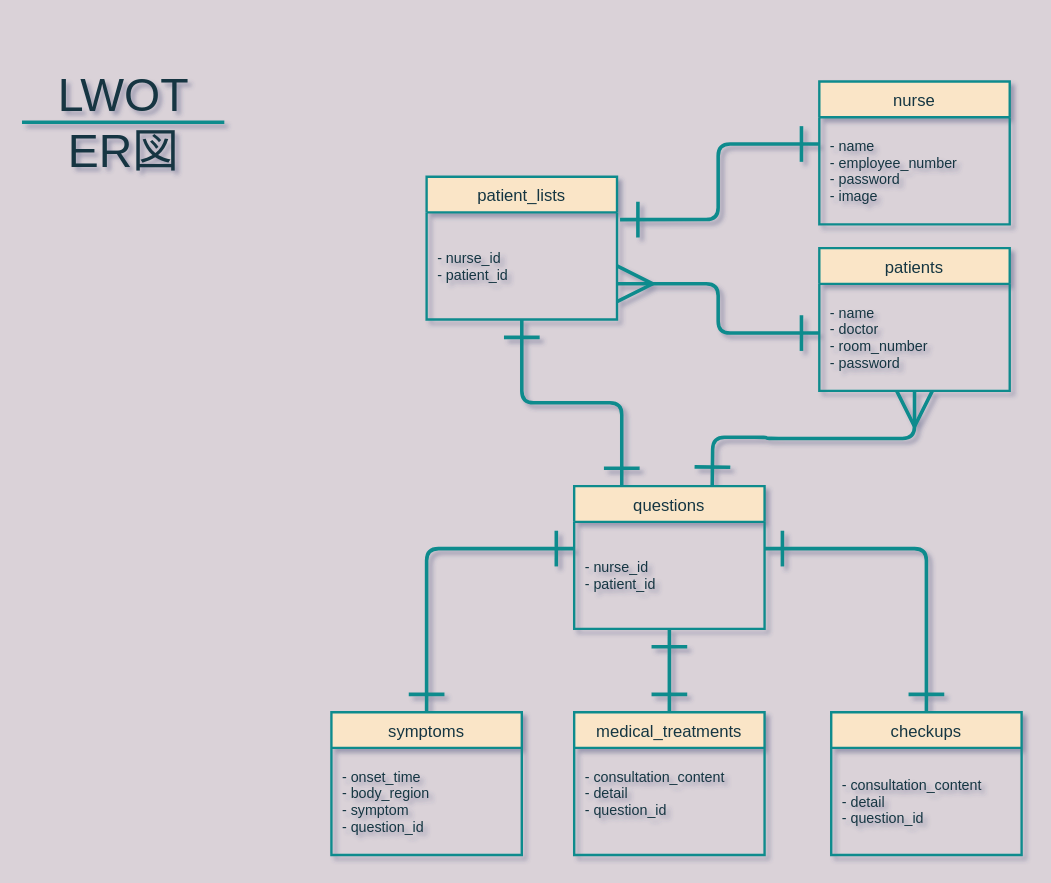
Above: ER図.dio in yukikokisa/LWOT (draw.io), before the change. Source tidied: cells renumbered, new cells numbered last; positions are measured from the earlier drawing's top-left corner, leaving out a move shared by most shapes. Both pictures are drawn from the tidied source at 119%, with x=0, y=0 at pixel (21, 81).
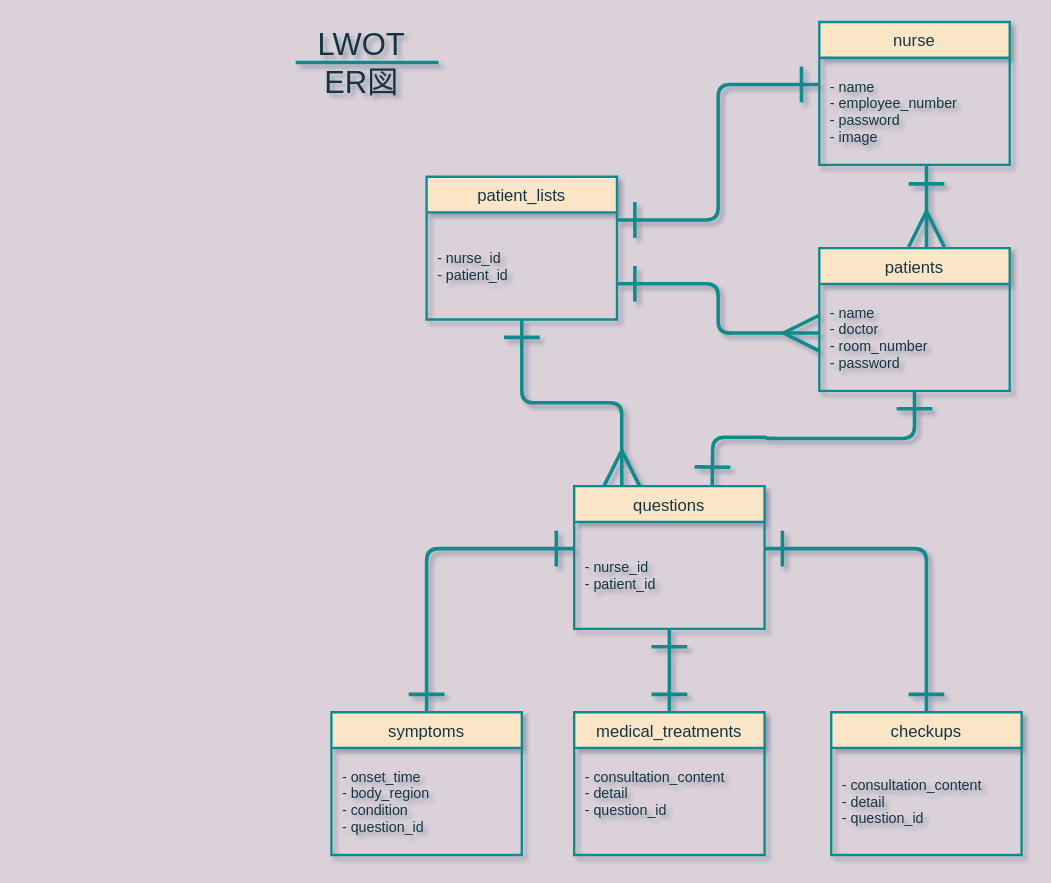
Above is the later version.

Unchanged cells that the change refers to:
```xml
<mxCell id="2" value="patients" style="swimlane;horizontal=1;startSize=30;rounded=0;fontSize=14;fontStyle=0;strokeWidth=2;shadow=0;dashed=0;align=center;fillColor=#FAE5C7;strokeColor=#0F8B8D;fontColor=#143642;" parent="1" vertex="1">
  <mxGeometry x="670" y="140" width="160" height="120" as="geometry" />
</mxCell>
<mxCell id="3" value=" - name&#10; - doctor&#10; - room_number&#10; - password" style="align=left;strokeColor=none;fillColor=none;spacingLeft=4;fontSize=12;verticalAlign=middle;fontColor=#143642;spacingRight=1;" parent="2" vertex="1">
  <mxGeometry y="30" width="160" height="90" as="geometry" />
</mxCell>
<mxCell id="5" value=" - name&#10; - employee_number&#10; - password&#10; - image" style="align=left;strokeColor=none;fillColor=none;spacingLeft=4;fontSize=12;verticalAlign=middle;fontColor=#143642;" parent="4" vertex="1">
  <mxGeometry y="30" width="160" height="90" as="geometry" />
</mxCell>
<mxCell id="8" value="patient_lists" style="swimlane;horizontal=1;startSize=30;rounded=0;fontSize=14;fontStyle=0;strokeWidth=2;shadow=0;dashed=0;align=center;fillColor=#FAE5C7;strokeColor=#0F8B8D;fontColor=#143642;" parent="1" vertex="1">
  <mxGeometry x="340" y="80" width="160" height="120" as="geometry" />
</mxCell>
<mxCell id="9" value=" - nurse_id&#10; - patient_id" style="align=left;strokeColor=none;fillColor=none;spacingLeft=4;fontSize=12;verticalAlign=middle;fontColor=#143642;" parent="8" vertex="1">
  <mxGeometry y="30" width="160" height="90" as="geometry" />
</mxCell>
<mxCell id="11" value="questions" style="swimlane;horizontal=1;startSize=30;rounded=0;fontSize=14;fontStyle=0;strokeWidth=2;shadow=0;dashed=0;align=center;fillColor=#FAE5C7;strokeColor=#0F8B8D;fontColor=#143642;" parent="1" vertex="1">
  <mxGeometry x="464" y="340" width="160" height="120" as="geometry" />
</mxCell>
<mxCell id="20" value="symptoms" style="swimlane;horizontal=1;startSize=30;rounded=0;fontSize=14;fontStyle=0;strokeWidth=2;shadow=0;dashed=0;align=center;fillColor=#FAE5C7;strokeColor=#0F8B8D;fontColor=#143642;" parent="1" vertex="1">
  <mxGeometry x="260" y="530" width="160" height="120" as="geometry" />
</mxCell>
```

Diff of the diagram source:
```diff
@@
     <mxCell id="4" value="nurse" style="swimlane;horizontal=1;startSize=30;rounded=0;fontSize=14;fontStyle=0;strokeWidth=2;shadow=0;dashed=0;align=center;fillColor=#FAE5C7;strokeColor=#0F8B8D;fontColor=#143642;" parent="1" vertex="1">
-      <mxGeometry x="670" width="160" height="120" as="geometry" />
+      <mxGeometry x="670" y="-50" width="160" height="120" as="geometry" />
     </mxCell>
@@
-    <mxCell id="6" style="edgeStyle=orthogonalEdgeStyle;curved=0;rounded=1;sketch=0;jettySize=auto;html=1;entryX=0;entryY=0.25;entryDx=0;entryDy=0;startArrow=ERone;startFill=0;startSize=26;endArrow=ERone;endFill=0;endSize=26;strokeColor=#0F8B8D;strokeWidth=3;fillColor=#FAE5C7;fontColor=#143642;exitX=1.016;exitY=0.067;exitDx=0;exitDy=0;exitPerimeter=0;" parent="1" edge="1" source="9" target="5">
+    <mxCell id="6" style="edgeStyle=orthogonalEdgeStyle;curved=0;rounded=1;sketch=0;jettySize=auto;html=1;entryX=0;entryY=0.25;entryDx=0;entryDy=0;startArrow=ERone;startFill=0;startSize=26;endArrow=ERone;endFill=0;endSize=26;strokeColor=#0F8B8D;strokeWidth=3;fillColor=#FAE5C7;fontColor=#143642;exitX=1;exitY=0.07;exitDx=0;exitDy=0;exitPerimeter=0;" parent="1" edge="1" source="9" target="5">
       <mxGeometry relative="1" as="geometry" />
     </mxCell>
-    <mxCell id="7" style="edgeStyle=orthogonalEdgeStyle;curved=0;rounded=1;sketch=0;jettySize=auto;html=1;exitX=1;exitY=0.75;exitDx=0;exitDy=0;entryX=0;entryY=0.46;entryDx=0;entryDy=0;startArrow=ERmany;startFill=0;startSize=26;endArrow=ERone;endFill=0;endSize=26;strokeColor=#0F8B8D;strokeWidth=3;fillColor=#FAE5C7;fontColor=#143642;entryPerimeter=0;" parent="1" edge="1" source="8" target="3">
+    <mxCell id="7" style="edgeStyle=orthogonalEdgeStyle;curved=0;rounded=1;sketch=0;jettySize=auto;html=1;exitX=1;exitY=0.75;exitDx=0;exitDy=0;entryX=0;entryY=0.46;entryDx=0;entryDy=0;startArrow=ERone;startFill=0;startSize=26;endArrow=ERmany;endFill=0;endSize=26;strokeColor=#0F8B8D;strokeWidth=3;fillColor=#FAE5C7;fontColor=#143642;entryPerimeter=0;" parent="1" edge="1" source="8" target="3">
       <mxGeometry relative="1" as="geometry" />
     </mxCell>
@@
-    <mxCell id="10" style="edgeStyle=orthogonalEdgeStyle;curved=0;rounded=1;sketch=0;jettySize=auto;html=1;exitX=0.25;exitY=0;exitDx=0;exitDy=0;entryX=0.5;entryY=1;entryDx=0;entryDy=0;startArrow=ERone;startFill=0;startSize=26;endArrow=ERone;endFill=0;endSize=26;strokeColor=#0F8B8D;strokeWidth=3;fillColor=#FAE5C7;fontColor=#143642;" parent="1" edge="1" source="11" target="9">
+    <mxCell id="10" style="edgeStyle=orthogonalEdgeStyle;curved=0;rounded=1;sketch=0;jettySize=auto;html=1;exitX=0.25;exitY=0;exitDx=0;exitDy=0;entryX=0.5;entryY=1;entryDx=0;entryDy=0;startArrow=ERmany;startFill=0;startSize=26;endArrow=ERone;endFill=0;endSize=26;strokeColor=#0F8B8D;strokeWidth=3;fillColor=#FAE5C7;fontColor=#143642;" parent="1" edge="1" source="11" target="9">
       <mxGeometry relative="1" as="geometry" />
     </mxCell>
@@
-    <mxCell id="21" value=" - onset_time&#10; - body_region&#10; - symptom&#10; - question_id" style="align=left;strokeColor=none;fillColor=none;spacingLeft=4;fontSize=12;verticalAlign=middle;fontColor=#143642;" parent="20" vertex="1">
+    <mxCell id="21" value=" - onset_time&#10; - body_region&#10; - condition &#10; - question_id" style="align=left;strokeColor=none;fillColor=none;spacingLeft=4;fontSize=12;verticalAlign=middle;fontColor=#143642;" parent="20" vertex="1">
       <mxGeometry y="30" width="160" height="90" as="geometry" />
     </mxCell>
-    <mxCell id="22" value="&lt;span style=&quot;font-size: 39px&quot;&gt;LWOT&lt;br&gt;ER図&lt;br&gt;&lt;/span&gt;" style="text;html=1;align=center;verticalAlign=middle;fontColor=#143642;" parent="1" vertex="1">
-      <mxGeometry x="20" y="10" width="130" height="50" as="geometry" />
+    <mxCell id="22" value="&lt;span style=&quot;font-size: 26px;&quot;&gt;LWOT&lt;br style=&quot;font-size: 26px;&quot;&gt;ER図&lt;br style=&quot;font-size: 26px;&quot;&gt;&lt;/span&gt;" style="text;html=1;align=center;verticalAlign=middle;fontColor=#143642;fontSize=26;" parent="1" vertex="1">
+      <mxGeometry x="240" y="-50" width="90" height="70" as="geometry" />
     </mxCell>
     <mxCell id="23" style="endArrow=none;html=1;fillColor=#FAE5C7;fontColor=#143642;strokeColor=#0F8B8D;strokeWidth=3;" parent="1" edge="1">
       <mxGeometry relative="1" as="geometry">
-        <mxPoint y="34.3" as="sourcePoint" />
-        <mxPoint x="170" y="34.3" as="targetPoint" />
+        <mxPoint x="230" y="-16" as="sourcePoint" />
+        <mxPoint x="350" y="-16" as="targetPoint" />
       </mxGeometry>
     </mxCell>
-    <mxCell id="24" style="edgeStyle=orthogonalEdgeStyle;curved=0;rounded=1;sketch=0;jettySize=auto;html=1;exitX=0.5;exitY=1;exitDx=0;exitDy=0;startArrow=ERmany;startFill=0;startSize=26;endArrow=ERone;endFill=0;endSize=26;strokeColor=#0F8B8D;strokeWidth=3;fillColor=#FAE5C7;fontColor=#143642;" parent="1" edge="1" source="3">
+    <mxCell id="24" style="edgeStyle=orthogonalEdgeStyle;curved=0;rounded=1;sketch=0;jettySize=auto;html=1;exitX=0.5;exitY=1;exitDx=0;exitDy=0;startArrow=ERone;startFill=0;startSize=26;endArrow=ERone;endFill=0;endSize=26;strokeColor=#0F8B8D;strokeWidth=3;fillColor=#FAE5C7;fontColor=#143642;" parent="1" edge="1" source="3">
       <mxGeometry relative="1" as="geometry">
         <mxPoint x="580" y="339" as="targetPoint" />
       </mxGeometry>
     </mxCell>
+    <mxCell id="25" style="edgeStyle=orthogonalEdgeStyle;rounded=0;jettySize=auto;html=1;exitX=0.563;exitY=1.011;exitDx=0;exitDy=0;entryX=0.563;entryY=-0.008;entryDx=0;entryDy=0;entryPerimeter=0;exitPerimeter=0;startArrow=ERone;startFill=0;strokeColor=#0F8B8D;strokeWidth=3;endArrow=ERmany;endFill=0;endSize=26;startSize=26;" parent="1" edge="1" source="5" target="2">
+      <mxGeometry relative="1" as="geometry" />
+    </mxCell>
```
